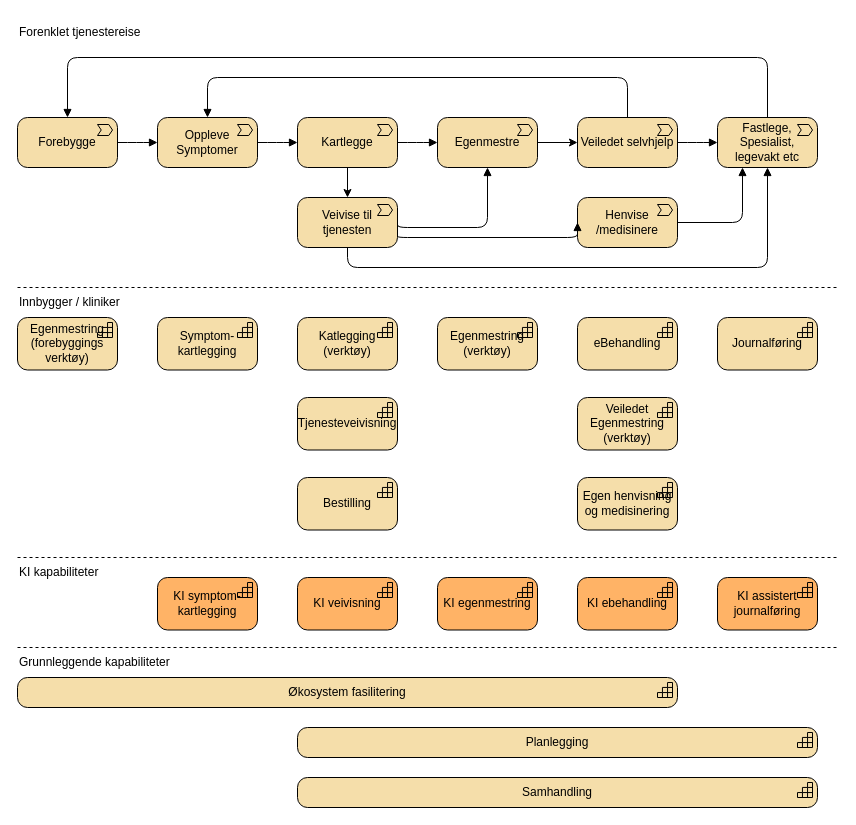
Above: page "Verdikjede-overordnet" (1 of 3) of currentbuild/interessent/value-chain.drawio in hdir/Digital-Forstelinje (draw.io), before the change. Source tidied: cells renumbered, new cells numbered last; positions are measured from the earlier drawing's top-left corner, leaving out a move shared by most shapes. Both pictures are drawn from the tidied source at 100%, with x=0, y=0 at pixel (17, 17).
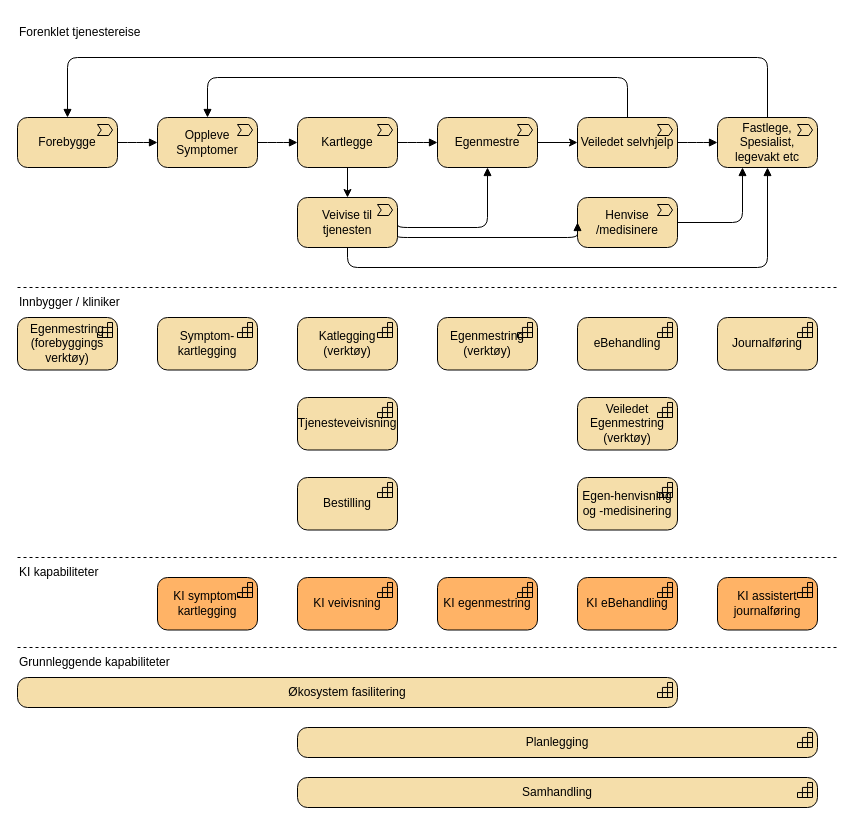
After the change.

What changed in the source:
```diff
@@
-    <mxCell id="30" value="KI ebehandling" style="html=1;whiteSpace=wrap;fillColor=#FFB366;shape=mxgraph.archimate3.application;appType=capability;archiType=rounded;" parent="1" vertex="1">
+    <mxCell id="30" value="KI eBehandling" style="html=1;whiteSpace=wrap;fillColor=#FFB366;shape=mxgraph.archimate3.application;appType=capability;archiType=rounded;" parent="1" vertex="1">
       <mxGeometry x="560" y="560" width="100" height="52.5" as="geometry" />
     </mxCell>
@@
-    <mxCell id="45" value="Egen henvisning og medisinering" style="html=1;whiteSpace=wrap;fillColor=#F5DEAA;shape=mxgraph.archimate3.application;appType=capability;archiType=rounded;" parent="1" vertex="1">
+    <mxCell id="45" value="Egen-henvisning og -medisinering" style="html=1;whiteSpace=wrap;fillColor=#F5DEAA;shape=mxgraph.archimate3.application;appType=capability;archiType=rounded;" parent="1" vertex="1">
       <mxGeometry x="560" y="460" width="100" height="52.5" as="geometry" />
     </mxCell>
```
